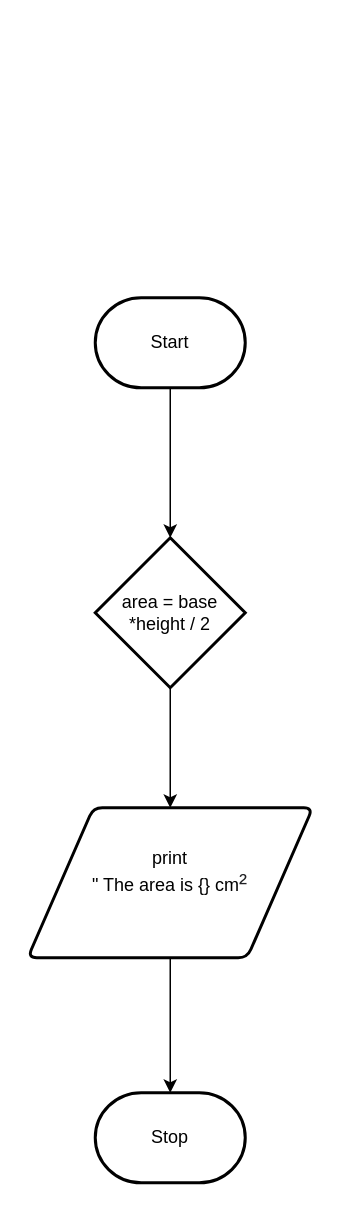
huihangisaac-ho/ICS3U-Unit5-02-Python keeps this draw.io diagram as Flow-Chart.drawio. Above is the earlier version. Source tidied: cells renumbered, new cells numbered last; positions are measured from the earlier drawing's top-left corner, leaving out a move shared by most shapes. Both pictures are drawn from the tidied source at 150%, with x=0, y=0 at pixel (27, 297).
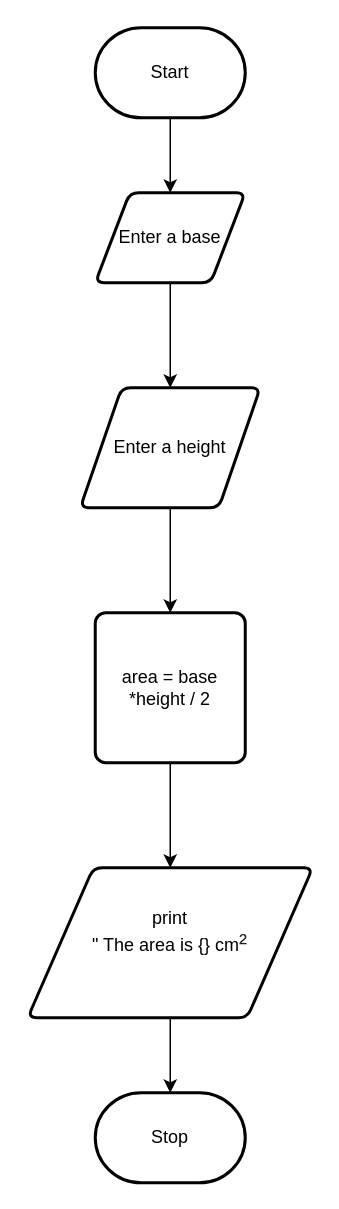
The same page after the edit.

Diff of the diagram source:
```diff
@@
 <mxGraphModel>
   <root>
     <mxCell id="0" />
     <mxCell id="1" parent="0" />
-    <mxCell id="2" style="edgeStyle=none;html=1;exitX=0.5;exitY=1;exitDx=0;exitDy=0;exitPerimeter=0;" parent="1" edge="1" source="3" target="5">
-      <mxGeometry relative="1" as="geometry" />
-    </mxCell>
+    <mxCell id="9" style="edgeStyle=orthogonalEdgeStyle;html=1;exitX=0.5;exitY=1;exitDx=0;exitDy=0;exitPerimeter=0;rounded=0;" parent="1" edge="1" source="3" target="11">
+      <mxGeometry relative="1" as="geometry" />
+    </mxCell>
     <mxCell id="3" value="Start" style="strokeWidth=2;html=1;shape=mxgraph.flowchart.terminator;whiteSpace=wrap;" parent="1" vertex="1">
-      <mxGeometry x="45" width="100" height="60" as="geometry" />
+      <mxGeometry x="45" y="-180" width="100" height="60" as="geometry" />
     </mxCell>
-    <mxCell id="4" style="edgeStyle=none;html=1;exitX=0.5;exitY=1;exitDx=0;exitDy=0;exitPerimeter=0;" parent="1" edge="1" source="5" target="7">
-      <mxGeometry relative="1" as="geometry" />
-    </mxCell>
-    <mxCell id="5" value="area = base *height / 2" style="strokeWidth=2;html=1;shape=mxgraph.flowchart.decision;whiteSpace=wrap;" parent="1" vertex="1">
-      <mxGeometry x="45" y="160" width="100" height="100" as="geometry" />
-    </mxCell>
     <mxCell id="6" style="edgeStyle=none;html=1;exitX=0.5;exitY=1;exitDx=0;exitDy=0;" parent="1" edge="1" source="7" target="8">
       <mxGeometry relative="1" as="geometry" />
     </mxCell>
     <mxCell id="7" value="print &lt;br&gt;&quot; The area is {} cm&lt;span style=&quot;color: rgb(32 , 33 , 36) ; font-family: &amp;#34;arial&amp;#34; , sans-serif ; font-size: 16px ; background-color: rgb(255 , 255 , 255)&quot;&gt;²&lt;/span&gt;&lt;br&gt;&amp;nbsp;" style="shape=parallelogram;html=1;strokeWidth=2;perimeter=parallelogramPerimeter;whiteSpace=wrap;rounded=1;arcSize=12;size=0.23;" parent="1" vertex="1">
-      <mxGeometry y="340" width="190" height="100" as="geometry" />
+      <mxGeometry y="380" width="190" height="100" as="geometry" />
     </mxCell>
     <mxCell id="8" value="Stop" style="strokeWidth=2;html=1;shape=mxgraph.flowchart.terminator;whiteSpace=wrap;" parent="1" vertex="1">
       <mxGeometry x="45" y="530" width="100" height="60" as="geometry" />
     </mxCell>
+    <mxCell id="4" style="edgeStyle=orthogonalEdgeStyle;rounded=0;html=1;exitX=0.5;exitY=1;exitDx=0;exitDy=0;" parent="1" edge="1" source="5" target="7">
+      <mxGeometry relative="1" as="geometry" />
+    </mxCell>
+    <mxCell id="5" value="&lt;span&gt;area = base *height / 2&lt;/span&gt;" style="rounded=1;whiteSpace=wrap;html=1;absoluteArcSize=1;arcSize=14;strokeWidth=2;" parent="1" vertex="1">
+      <mxGeometry x="45" y="210" width="100" height="100" as="geometry" />
+    </mxCell>
+    <mxCell id="10" style="edgeStyle=orthogonalEdgeStyle;rounded=0;html=1;exitX=0.5;exitY=1;exitDx=0;exitDy=0;" parent="1" edge="1" source="11" target="13">
+      <mxGeometry relative="1" as="geometry" />
+    </mxCell>
+    <mxCell id="11" value="Enter a base" style="shape=parallelogram;html=1;strokeWidth=2;perimeter=parallelogramPerimeter;whiteSpace=wrap;rounded=1;arcSize=12;size=0.23;" parent="1" vertex="1">
+      <mxGeometry x="45" y="-70" width="100" height="60" as="geometry" />
+    </mxCell>
+    <mxCell id="12" style="edgeStyle=orthogonalEdgeStyle;rounded=0;html=1;exitX=0.5;exitY=1;exitDx=0;exitDy=0;entryX=0.5;entryY=0;entryDx=0;entryDy=0;" parent="1" edge="1" source="13" target="5">
+      <mxGeometry relative="1" as="geometry" />
+    </mxCell>
+    <mxCell id="13" value="Enter a height" style="shape=parallelogram;html=1;strokeWidth=2;perimeter=parallelogramPerimeter;whiteSpace=wrap;rounded=1;arcSize=12;size=0.23;" parent="1" vertex="1">
+      <mxGeometry x="35" y="60" width="120" height="80" as="geometry" />
+    </mxCell>
   </root>
 </mxGraphModel>
```
